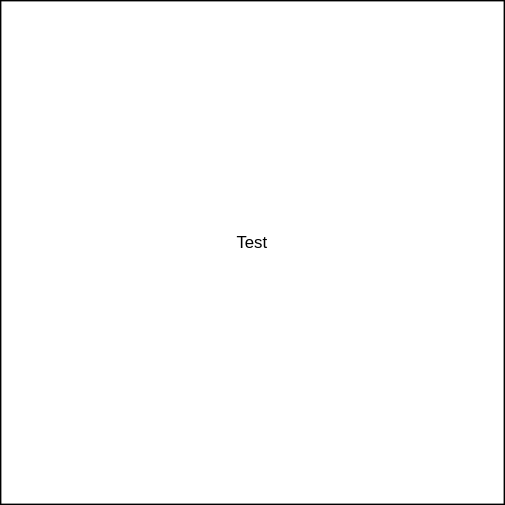
The draw.io diagram System Diagram.drawio.svg in ihaha424/TP, before a commit. Source tidied: cells renumbered, new cells last; positions are measured from the earlier drawing's top-left corner, leaving out a move shared by most shapes. The source it was exported from:
```xml
<mxGraphModel>
  <root>
    <mxCell id="0" />
    <mxCell id="1" parent="0" />
    <mxCell id="2" value="Test&lt;div&gt;&lt;br&gt;&lt;/div&gt;" style="whiteSpace=wrap;html=1;" parent="1" vertex="1">
      <mxGeometry width="360" height="360" as="geometry" />
    </mxCell>
  </root>
</mxGraphModel>
```
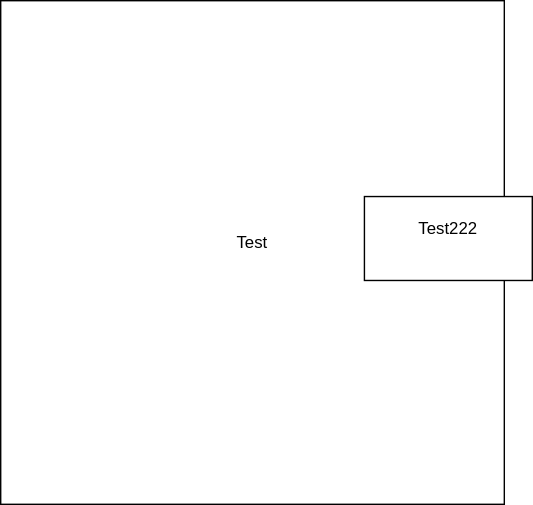
After the commit.

What changed in the source:
```diff
@@ -5,5 +5,8 @@
     <mxCell id="2" value="Test&lt;div&gt;&lt;br&gt;&lt;/div&gt;" style="whiteSpace=wrap;html=1;" parent="1" vertex="1">
       <mxGeometry width="360" height="360" as="geometry" />
     </mxCell>
+    <mxCell id="3" value="Test222&lt;div&gt;&lt;br&gt;&lt;/div&gt;" style="rounded=0;whiteSpace=wrap;html=1;" parent="1" vertex="1">
+      <mxGeometry x="260" y="140" width="120" height="60" as="geometry" />
+    </mxCell>
   </root>
 </mxGraphModel>
```
